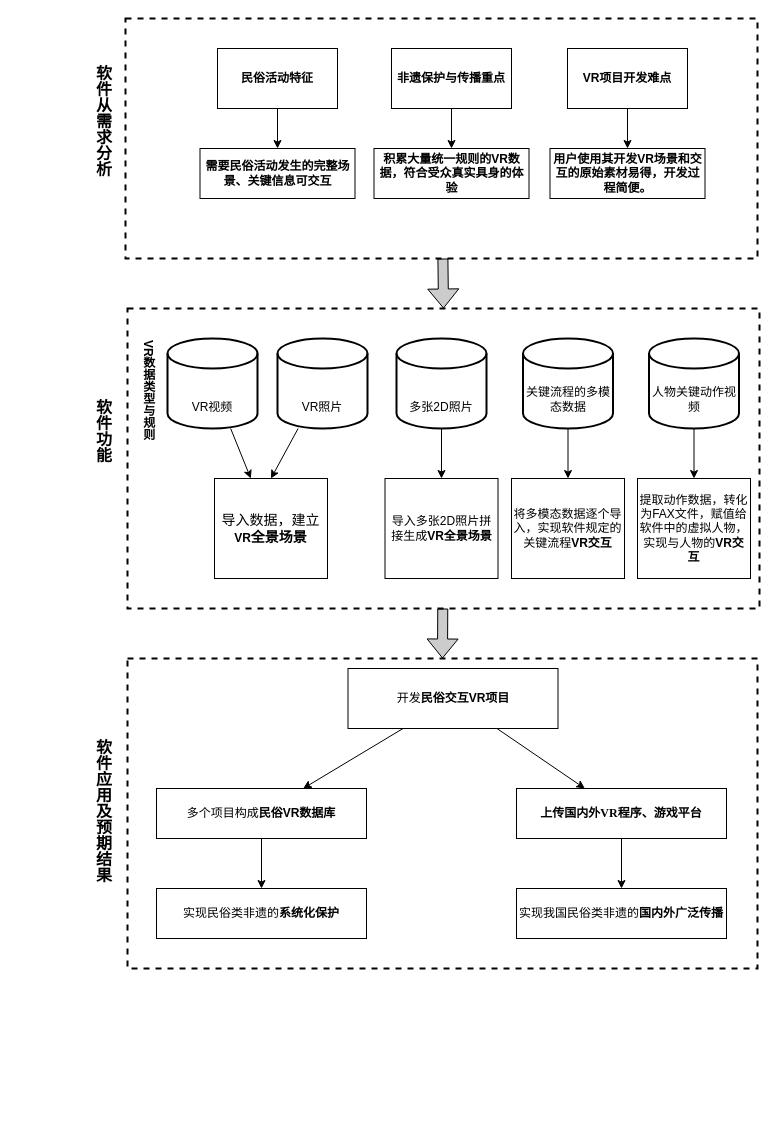
Ajiandcircle/test keeps this draw.io diagram as guangzi2.drawio. Above is the earlier version. Source tidied: cells renumbered, new cells numbered last; positions are measured from the earlier drawing's top-left corner, leaving out a move shared by most shapes. Both pictures are drawn from the tidied source at 100%, with x=0, y=0 at pixel (17, 18).
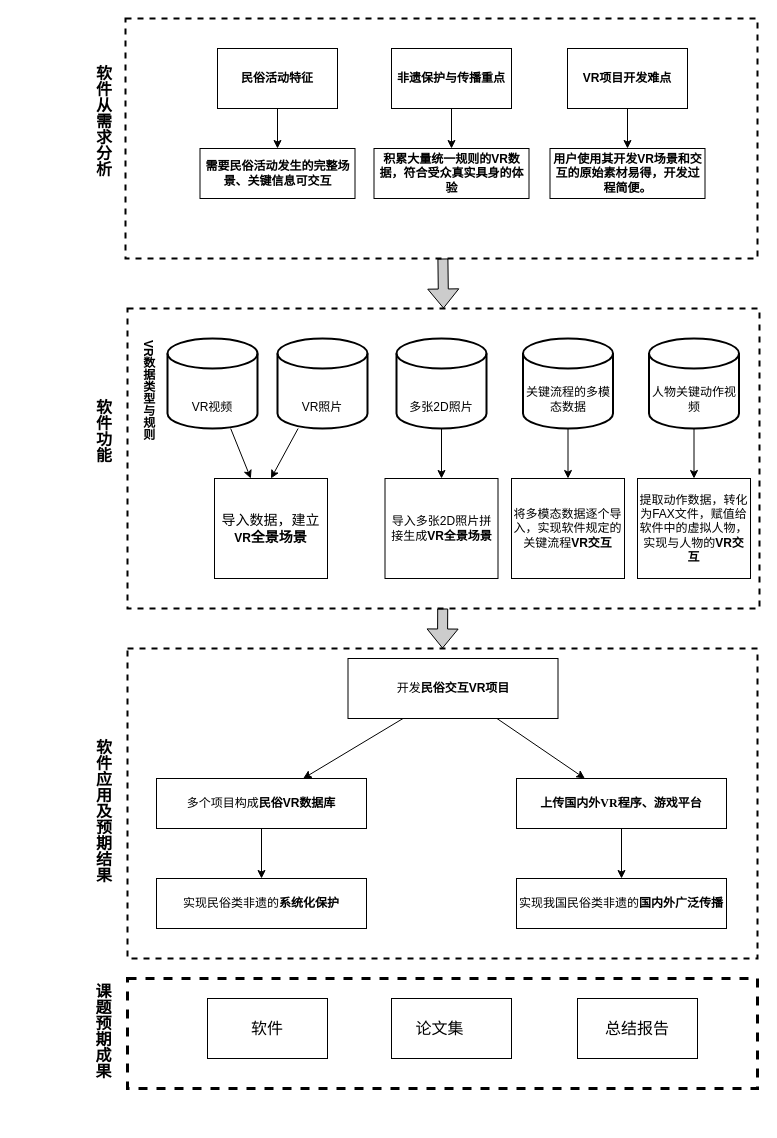
Above is the later version.

The edit, as a diff of the source:
```diff
@@
     <mxCell id="14" style="group;" parent="1" vertex="1">
-      <mxGeometry x="110" y="640" width="630" height="310" as="geometry" />
+      <mxGeometry x="110" y="630" width="630" height="310" as="geometry" />
     </mxCell>
@@
+    <mxCell id="48" value="&lt;font style=&quot;font-size: 16px;&quot;&gt;软件&lt;/font&gt;" style="whiteSpace=wrap;html=1;" parent="1" vertex="1">
+      <mxGeometry x="190" y="980" width="120" height="60" as="geometry" />
+    </mxCell>
+    <mxCell id="49" value="&lt;font style=&quot;font-size: 16px;&quot;&gt;总结报告&lt;/font&gt;" style="whiteSpace=wrap;html=1;" parent="1" vertex="1">
+      <mxGeometry x="560" y="980" width="120" height="60" as="geometry" />
+    </mxCell>
+    <mxCell id="50" value="&lt;font style=&quot;font-size: 16px;&quot;&gt;论文集&lt;span style=&quot;white-space: pre;&quot;&gt;&#9;&lt;/span&gt;&lt;/font&gt;" style="whiteSpace=wrap;html=1;" parent="1" vertex="1">
+      <mxGeometry x="374" y="980" width="120" height="60" as="geometry" />
+    </mxCell>
+    <mxCell id="51" style="rounded=0;whiteSpace=wrap;html=1;fillColor=none;dashed=1;strokeWidth=3;" parent="1" vertex="1">
+      <mxGeometry x="110" y="960" width="630" height="110" as="geometry" />
+    </mxCell>
+    <mxCell id="52" value="&lt;p class=&quot;MsoNormal&quot;&gt;&lt;b&gt;&lt;span style=&quot;font-size:12.0pt;mso-bidi-font-size:16.0pt;&lt;br/&gt;font-family:宋体;mso-ascii-font-family:Calibri;mso-ascii-theme-font:minor-latin;&lt;br/&gt;mso-fareast-theme-font:minor-fareast;mso-hansi-font-family:Calibri;mso-hansi-theme-font:&lt;br/&gt;minor-latin&quot;&gt;课题预期成果&lt;/span&gt;&lt;/b&gt;&lt;/p&gt;&lt;p class=&quot;MsoNormal&quot;&gt;&lt;b&gt;&lt;span style=&quot;font-size:12.0pt;mso-bidi-font-size:16.0pt;&lt;br/&gt;font-family:宋体;mso-ascii-font-family:Calibri;mso-ascii-theme-font:minor-latin;&lt;br/&gt;mso-fareast-theme-font:minor-fareast;mso-hansi-font-family:Calibri;mso-hansi-theme-font:&lt;br/&gt;minor-latin&quot;&gt;&lt;br&gt;&lt;/span&gt;&lt;/b&gt;&lt;/p&gt;" style="text;html=1;align=center;verticalAlign=middle;strokeColor=none;fillColor=none;textDirection=vertical-lr;" parent="1" vertex="1">
+      <mxGeometry x="40" y="1010" width="120" height="90" as="geometry" />
+    </mxCell>
```
